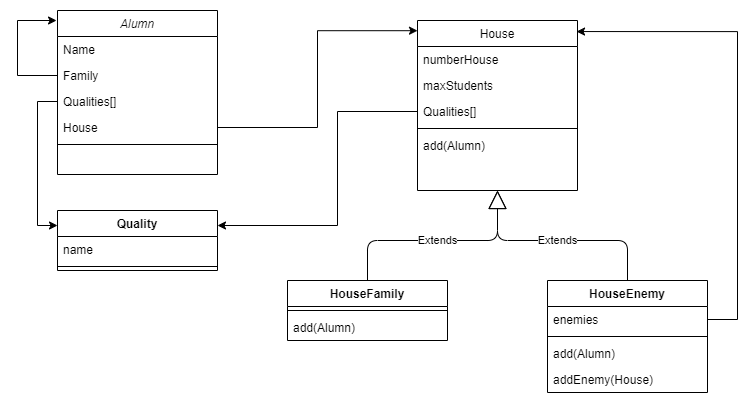
This is Practico 5/src/ejercicio2/Ejercicio 2 p5 - Diagram.png from fdcrespi/programacion2, a draw.io export, as it was before one commit. Source tidied: cells renumbered, new cells last; positions are measured from the earlier drawing's top-left corner, leaving out a move shared by most shapes. The source it was exported from:
```xml
<mxGraphModel>
  <root>
    <mxCell id="0" />
    <mxCell id="1" parent="0" />
    <mxCell id="2" value="Alumn" style="swimlane;fontStyle=2;align=center;verticalAlign=top;horizontal=1;startSize=26;rounded=0;shadow=0;strokeWidth=1;" parent="1" vertex="1">
      <mxGeometry x="40" width="160" height="164" as="geometry" />
    </mxCell>
    <mxCell id="3" value="Name" style="text;align=left;verticalAlign=top;spacingLeft=4;spacingRight=4;overflow=hidden;" parent="2" vertex="1">
      <mxGeometry y="26" width="160" height="26" as="geometry" />
    </mxCell>
    <mxCell id="4" style="edgeStyle=orthogonalEdgeStyle;rounded=0;jettySize=auto;html=1;entryX=-0.006;entryY=0.061;entryDx=0;entryDy=0;entryPerimeter=0;" parent="2" edge="1" source="5" target="2">
      <mxGeometry relative="1" as="geometry">
        <Array as="points">
          <mxPoint x="-40" y="65" />
          <mxPoint x="-40" y="10" />
        </Array>
      </mxGeometry>
    </mxCell>
    <mxCell id="5" value="Family" style="text;align=left;verticalAlign=top;spacingLeft=4;spacingRight=4;overflow=hidden;points=[[0,0.5],[1,0.5]];portConstraint=eastwest;rounded=0;shadow=0;html=0;" parent="2" vertex="1">
      <mxGeometry y="52" width="160" height="26" as="geometry" />
    </mxCell>
    <mxCell id="6" value="Qualities[]" style="text;align=left;verticalAlign=top;spacingLeft=4;spacingRight=4;overflow=hidden;points=[[0,0.5],[1,0.5]];portConstraint=eastwest;rounded=0;shadow=0;html=0;" parent="2" vertex="1">
      <mxGeometry y="78" width="160" height="26" as="geometry" />
    </mxCell>
    <mxCell id="7" value="House" style="text;align=left;verticalAlign=top;spacingLeft=4;spacingRight=4;overflow=hidden;points=[[0,0.5],[1,0.5]];portConstraint=eastwest;rounded=0;shadow=0;html=0;" parent="2" vertex="1">
      <mxGeometry y="104" width="160" height="26" as="geometry" />
    </mxCell>
    <mxCell id="8" style="line;html=1;strokeWidth=1;align=left;verticalAlign=middle;spacingTop=-1;spacingLeft=3;spacingRight=3;labelPosition=right;" parent="2" vertex="1">
      <mxGeometry y="130" width="160" height="8" as="geometry" />
    </mxCell>
    <mxCell id="9" value="House" style="swimlane;fontStyle=0;align=center;verticalAlign=top;horizontal=1;startSize=26;rounded=0;shadow=0;strokeWidth=1;" parent="1" vertex="1">
      <mxGeometry x="400" y="10" width="160" height="170" as="geometry" />
    </mxCell>
    <mxCell id="10" value="numberHouse" style="text;align=left;verticalAlign=top;spacingLeft=4;spacingRight=4;overflow=hidden;" parent="9" vertex="1">
      <mxGeometry y="26" width="160" height="26" as="geometry" />
    </mxCell>
    <mxCell id="11" value="maxStudents" style="text;align=left;verticalAlign=top;spacingLeft=4;spacingRight=4;overflow=hidden;points=[[0,0.5],[1,0.5]];portConstraint=eastwest;rounded=0;shadow=0;html=0;" parent="9" vertex="1">
      <mxGeometry y="52" width="160" height="26" as="geometry" />
    </mxCell>
    <mxCell id="12" value="Qualities[]" style="text;align=left;verticalAlign=top;spacingLeft=4;spacingRight=4;overflow=hidden;points=[[0,0.5],[1,0.5]];portConstraint=eastwest;rounded=0;shadow=0;html=0;" parent="9" vertex="1">
      <mxGeometry y="78" width="160" height="26" as="geometry" />
    </mxCell>
    <mxCell id="13" style="line;html=1;strokeWidth=1;align=left;verticalAlign=middle;spacingTop=-1;spacingLeft=3;spacingRight=3;labelPosition=right;" parent="9" vertex="1">
      <mxGeometry y="104" width="160" height="8" as="geometry" />
    </mxCell>
    <mxCell id="14" value="add(Alumn)" style="text;strokeColor=none;fillColor=none;align=left;verticalAlign=top;spacingLeft=4;spacingRight=4;overflow=hidden;" parent="9" vertex="1">
      <mxGeometry y="112" width="160" height="26" as="geometry" />
    </mxCell>
    <mxCell id="15" style="edgeStyle=orthogonalEdgeStyle;rounded=0;jettySize=auto;html=1;entryX=0;entryY=0.06;entryDx=0;entryDy=0;entryPerimeter=0;" parent="1" edge="1" source="7" target="9">
      <mxGeometry relative="1" as="geometry" />
    </mxCell>
    <mxCell id="16" value="Quality" style="swimlane;fontStyle=1;align=center;verticalAlign=top;horizontal=1;startSize=26;" parent="1" vertex="1">
      <mxGeometry x="40" y="200" width="160" height="60" as="geometry" />
    </mxCell>
    <mxCell id="17" value="name" style="text;strokeColor=none;fillColor=none;align=left;verticalAlign=top;spacingLeft=4;spacingRight=4;overflow=hidden;" parent="16" vertex="1">
      <mxGeometry y="26" width="160" height="26" as="geometry" />
    </mxCell>
    <mxCell id="18" style="line;strokeWidth=1;fillColor=none;align=left;verticalAlign=middle;spacingTop=-1;spacingLeft=3;spacingRight=3;labelPosition=right;" parent="16" vertex="1">
      <mxGeometry y="52" width="160" height="8" as="geometry" />
    </mxCell>
    <mxCell id="19" style="edgeStyle=orthogonalEdgeStyle;rounded=0;jettySize=auto;html=1;entryX=1;entryY=0.25;entryDx=0;entryDy=0;" parent="1" edge="1" source="12" target="16">
      <mxGeometry relative="1" as="geometry">
        <Array as="points">
          <mxPoint x="320" y="101" />
          <mxPoint x="320" y="215" />
        </Array>
      </mxGeometry>
    </mxCell>
    <mxCell id="20" style="edgeStyle=orthogonalEdgeStyle;rounded=0;jettySize=auto;html=1;entryX=0;entryY=0.25;entryDx=0;entryDy=0;" parent="1" edge="1" source="6" target="16">
      <mxGeometry relative="1" as="geometry" />
    </mxCell>
    <mxCell id="21" value="HouseFamily" style="swimlane;fontStyle=1;align=center;verticalAlign=top;horizontal=1;startSize=26;" parent="1" vertex="1">
      <mxGeometry x="270" y="270" width="160" height="60" as="geometry" />
    </mxCell>
    <mxCell id="22" style="line;strokeWidth=1;fillColor=none;align=left;verticalAlign=middle;spacingTop=-1;spacingLeft=3;spacingRight=3;labelPosition=right;" parent="21" vertex="1">
      <mxGeometry y="26" width="160" height="8" as="geometry" />
    </mxCell>
    <mxCell id="23" value="add(Alumn)" style="text;strokeColor=none;fillColor=none;align=left;verticalAlign=top;spacingLeft=4;spacingRight=4;overflow=hidden;" parent="21" vertex="1">
      <mxGeometry y="34" width="160" height="26" as="geometry" />
    </mxCell>
    <mxCell id="24" value="Extends" style="endArrow=block;endSize=16;endFill=0;html=1;exitX=0.5;exitY=0;exitDx=0;exitDy=0;entryX=0.5;entryY=1;entryDx=0;entryDy=0;" parent="1" edge="1" source="21" target="9">
      <mxGeometry relative="1" as="geometry">
        <Array as="points">
          <mxPoint x="350" y="230" />
          <mxPoint x="480" y="230" />
        </Array>
      </mxGeometry>
    </mxCell>
    <mxCell id="25" value="HouseEnemy" style="swimlane;fontStyle=1;align=center;verticalAlign=top;horizontal=1;startSize=26;" parent="1" vertex="1">
      <mxGeometry x="530" y="270" width="160" height="112" as="geometry" />
    </mxCell>
    <mxCell id="26" value="enemies" style="text;strokeColor=none;fillColor=none;align=left;verticalAlign=top;spacingLeft=4;spacingRight=4;overflow=hidden;points=[[0,0.5],[1,0.5]];portConstraint=eastwest;" parent="25" vertex="1">
      <mxGeometry y="26" width="160" height="26" as="geometry" />
    </mxCell>
    <mxCell id="27" style="line;strokeWidth=1;fillColor=none;align=left;verticalAlign=middle;spacingTop=-1;spacingLeft=3;spacingRight=3;labelPosition=right;" parent="25" vertex="1">
      <mxGeometry y="52" width="160" height="8" as="geometry" />
    </mxCell>
    <mxCell id="28" value="add(Alumn)" style="text;strokeColor=none;fillColor=none;align=left;verticalAlign=top;spacingLeft=4;spacingRight=4;overflow=hidden;" parent="25" vertex="1">
      <mxGeometry y="60" width="160" height="26" as="geometry" />
    </mxCell>
    <mxCell id="29" value="addEnemy(House)" style="text;strokeColor=none;fillColor=none;align=left;verticalAlign=top;spacingLeft=4;spacingRight=4;overflow=hidden;" parent="25" vertex="1">
      <mxGeometry y="86" width="160" height="26" as="geometry" />
    </mxCell>
    <mxCell id="30" style="edgeStyle=orthogonalEdgeStyle;rounded=0;jettySize=auto;html=1;entryX=0.994;entryY=0.065;entryDx=0;entryDy=0;entryPerimeter=0;" parent="1" edge="1" source="26" target="9">
      <mxGeometry relative="1" as="geometry">
        <Array as="points">
          <mxPoint x="720" y="309" />
          <mxPoint x="720" y="21" />
        </Array>
      </mxGeometry>
    </mxCell>
    <mxCell id="31" value="Extends" style="endArrow=block;endSize=16;endFill=0;html=1;" parent="1" edge="1" source="25">
      <mxGeometry relative="1" as="geometry">
        <mxPoint x="480" y="180" as="targetPoint" />
        <Array as="points">
          <mxPoint x="610" y="230" />
          <mxPoint x="480" y="230" />
        </Array>
      </mxGeometry>
    </mxCell>
  </root>
</mxGraphModel>
```
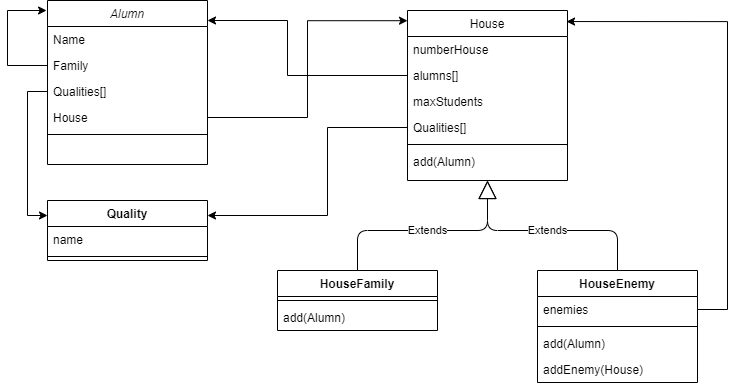
The same diagram one commit later.

What changed in the source:
```diff
@@ -34,20 +34,28 @@
     <mxCell id="10" value="numberHouse" style="text;align=left;verticalAlign=top;spacingLeft=4;spacingRight=4;overflow=hidden;" parent="9" vertex="1">
       <mxGeometry y="26" width="160" height="26" as="geometry" />
     </mxCell>
-    <mxCell id="11" value="maxStudents" style="text;align=left;verticalAlign=top;spacingLeft=4;spacingRight=4;overflow=hidden;points=[[0,0.5],[1,0.5]];portConstraint=eastwest;rounded=0;shadow=0;html=0;" parent="9" vertex="1">
+    <mxCell id="11" value="alumns[]" style="text;align=left;verticalAlign=top;spacingLeft=4;spacingRight=4;overflow=hidden;points=[[0,0.5],[1,0.5]];portConstraint=eastwest;rounded=0;shadow=0;html=0;" parent="9" vertex="1">
       <mxGeometry y="52" width="160" height="26" as="geometry" />
     </mxCell>
+    <mxCell id="32" value="maxStudents" style="text;align=left;verticalAlign=top;spacingLeft=4;spacingRight=4;overflow=hidden;rounded=0;shadow=0;html=0;" parent="9" vertex="1">
+      <mxGeometry y="78" width="160" height="26" as="geometry" />
+    </mxCell>
     <mxCell id="12" value="Qualities[]" style="text;align=left;verticalAlign=top;spacingLeft=4;spacingRight=4;overflow=hidden;points=[[0,0.5],[1,0.5]];portConstraint=eastwest;rounded=0;shadow=0;html=0;" parent="9" vertex="1">
-      <mxGeometry y="78" width="160" height="26" as="geometry" />
+      <mxGeometry y="104" width="160" height="26" as="geometry" />
     </mxCell>
     <mxCell id="13" style="line;html=1;strokeWidth=1;align=left;verticalAlign=middle;spacingTop=-1;spacingLeft=3;spacingRight=3;labelPosition=right;" parent="9" vertex="1">
-      <mxGeometry y="104" width="160" height="8" as="geometry" />
+      <mxGeometry y="130" width="160" height="8" as="geometry" />
     </mxCell>
     <mxCell id="14" value="add(Alumn)" style="text;strokeColor=none;fillColor=none;align=left;verticalAlign=top;spacingLeft=4;spacingRight=4;overflow=hidden;" parent="9" vertex="1">
-      <mxGeometry y="112" width="160" height="26" as="geometry" />
+      <mxGeometry y="138" width="160" height="26" as="geometry" />
     </mxCell>
     <mxCell id="15" style="edgeStyle=orthogonalEdgeStyle;rounded=0;jettySize=auto;html=1;entryX=0;entryY=0.06;entryDx=0;entryDy=0;entryPerimeter=0;" parent="1" edge="1" source="7" target="9">
-      <mxGeometry relative="1" as="geometry" />
+      <mxGeometry relative="1" as="geometry">
+        <Array as="points">
+          <mxPoint x="300" y="117" />
+          <mxPoint x="300" y="20" />
+        </Array>
+      </mxGeometry>
     </mxCell>
     <mxCell id="16" value="Quality" style="swimlane;fontStyle=1;align=center;verticalAlign=top;horizontal=1;startSize=26;" parent="1" vertex="1">
       <mxGeometry x="40" y="200" width="160" height="60" as="geometry" />
@@ -61,7 +69,7 @@
     <mxCell id="19" style="edgeStyle=orthogonalEdgeStyle;rounded=0;jettySize=auto;html=1;entryX=1;entryY=0.25;entryDx=0;entryDy=0;" parent="1" edge="1" source="12" target="16">
       <mxGeometry relative="1" as="geometry">
         <Array as="points">
-          <mxPoint x="320" y="101" />
+          <mxPoint x="320" y="127" />
           <mxPoint x="320" y="215" />
         </Array>
       </mxGeometry>
@@ -118,5 +126,13 @@
         </Array>
       </mxGeometry>
     </mxCell>
+    <mxCell id="33" style="edgeStyle=orthogonalEdgeStyle;rounded=0;jettySize=auto;html=1;" parent="1" edge="1" source="11" target="2">
+      <mxGeometry relative="1" as="geometry">
+        <Array as="points">
+          <mxPoint x="280" y="75" />
+          <mxPoint x="280" y="20" />
+        </Array>
+      </mxGeometry>
+    </mxCell>
   </root>
 </mxGraphModel>
```
